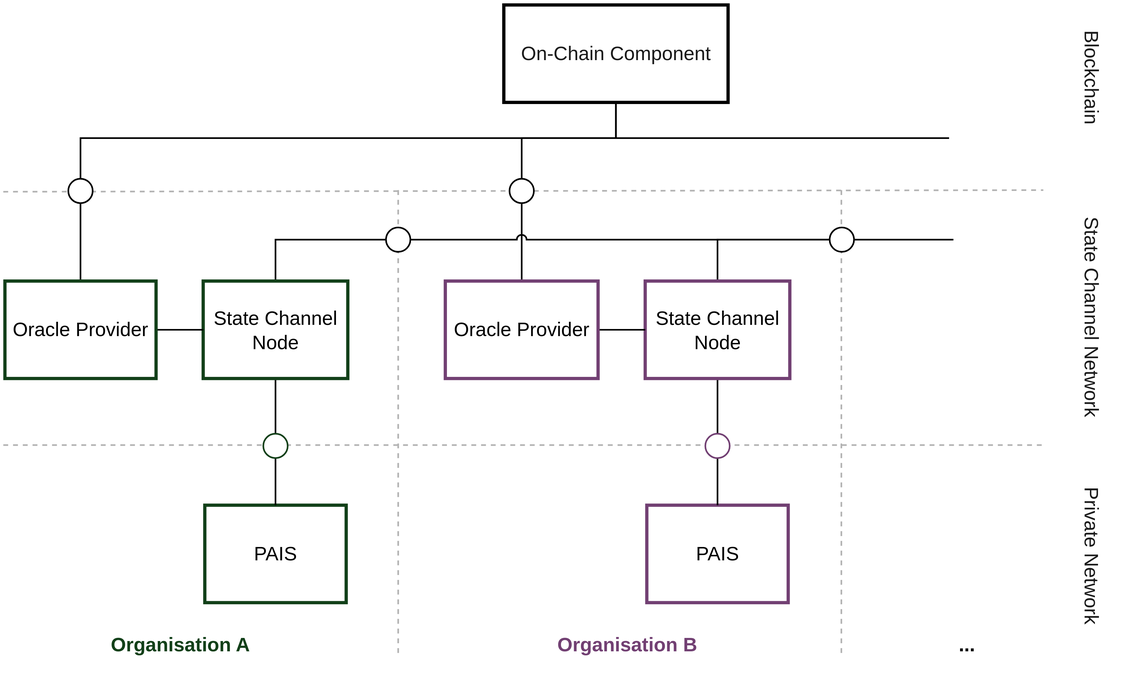
Above: figures/architecture.svg in fstiehle/leafhopper-prototype (draw.io), before the change. Source tidied: cells renumbered, new cells last; positions are measured from the earlier drawing's top-left corner, leaving out a move shared by most shapes.
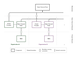
The same diagram one commit later.

Diff of the diagram source:
```diff
@@ -23,12 +23,12 @@
     <mxCell id="5" value="PAIS" style="rounded=0;whiteSpace=wrap;html=1;strokeColor=#124019;strokeWidth=2;" parent="1" vertex="1">
       <mxGeometry x="124" y="308" width="87" height="60" as="geometry" />
     </mxCell>
-    <mxCell id="6" style="edgeStyle=orthogonalEdgeStyle;rounded=0;jettySize=auto;html=1;exitX=0.5;exitY=1;exitDx=0;exitDy=0;entryX=0.5;entryY=0;entryDx=0;entryDy=0;endArrow=none;endFill=0;" parent="1" edge="1" target="8">
+    <mxCell id="6" style="edgeStyle=orthogonalEdgeStyle;rounded=1;jettySize=auto;html=1;exitX=0.5;exitY=1;exitDx=0;exitDy=0;entryX=0.5;entryY=0;entryDx=0;entryDy=0;endArrow=none;endFill=0;strokeWidth=2;strokeColor=#1A1A1A;" parent="1" edge="1" target="8">
       <mxGeometry relative="1" as="geometry">
         <mxPoint x="167.5" y="230" as="sourcePoint" />
       </mxGeometry>
     </mxCell>
-    <mxCell id="7" style="edgeStyle=orthogonalEdgeStyle;rounded=0;jettySize=auto;html=1;exitX=0.5;exitY=1;exitDx=0;exitDy=0;entryX=0.5;entryY=0;entryDx=0;entryDy=0;endArrow=none;endFill=0;" parent="1" edge="1" source="8" target="5">
+    <mxCell id="7" style="edgeStyle=orthogonalEdgeStyle;rounded=1;jettySize=auto;html=1;exitX=0.5;exitY=1;exitDx=0;exitDy=0;entryX=0.5;entryY=0;entryDx=0;entryDy=0;endArrow=none;endFill=0;strokeWidth=2;strokeColor=#1A1A1A;" parent="1" edge="1" source="8" target="5">
       <mxGeometry relative="1" as="geometry" />
     </mxCell>
     <mxCell id="8" style="ellipse;whiteSpace=wrap;html=1;strokeColor=#124019;" parent="1" vertex="1">
@@ -37,36 +37,36 @@
     <mxCell id="9" style="ellipse;whiteSpace=wrap;html=1;strokeColor=#000000;" parent="1" vertex="1">
       <mxGeometry x="235.5" y="137" width="15" height="15" as="geometry" />
     </mxCell>
-    <mxCell id="10" style="edgeStyle=orthogonalEdgeStyle;rounded=0;jettySize=auto;html=1;exitX=0.5;exitY=0;exitDx=0;exitDy=0;entryX=0;entryY=0.5;entryDx=0;entryDy=0;endArrow=none;endFill=0;strokeWidth=1;" parent="1" edge="1" source="11" target="9">
+    <mxCell id="10" style="edgeStyle=orthogonalEdgeStyle;rounded=1;jettySize=auto;html=1;exitX=0.5;exitY=0;exitDx=0;exitDy=0;entryX=0;entryY=0.5;entryDx=0;entryDy=0;endArrow=none;endFill=0;strokeWidth=2;strokeColor=#1A1A1A;" parent="1" edge="1" source="11" target="9">
       <mxGeometry relative="1" as="geometry" />
     </mxCell>
     <mxCell id="11" value="State Channel Node" style="rounded=0;whiteSpace=wrap;html=1;strokeColor=#124019;spacing=2;strokeWidth=2;" parent="1" vertex="1">
       <mxGeometry x="123" y="170" width="89" height="60" as="geometry" />
     </mxCell>
-    <mxCell id="12" style="edgeStyle=orthogonalEdgeStyle;rounded=0;jettySize=auto;html=1;exitX=0.5;exitY=0;exitDx=0;exitDy=0;entryX=0.5;entryY=1;entryDx=0;entryDy=0;endArrow=none;endFill=0;strokeWidth=1;" parent="1" edge="1" source="14" target="33">
+    <mxCell id="12" style="edgeStyle=orthogonalEdgeStyle;rounded=0;jettySize=auto;html=1;exitX=0.5;exitY=0;exitDx=0;exitDy=0;entryX=0.5;entryY=1;entryDx=0;entryDy=0;endArrow=none;endFill=0;strokeWidth=2;" parent="1" edge="1" source="14" target="33">
       <mxGeometry relative="1" as="geometry" />
     </mxCell>
     <mxCell id="13" style="edgeStyle=orthogonalEdgeStyle;rounded=0;jettySize=auto;html=1;exitX=1;exitY=0.5;exitDx=0;exitDy=0;entryX=0;entryY=0.5;entryDx=0;entryDy=0;endArrow=none;endFill=0;strokeWidth=1;" parent="1" edge="1" source="14" target="11">
       <mxGeometry relative="1" as="geometry" />
     </mxCell>
-    <mxCell id="14" value="Oracle Provider" style="rounded=0;whiteSpace=wrap;html=1;strokeColor=#124019;spacing=2;strokeWidth=2;" parent="1" vertex="1">
-      <mxGeometry x="1" y="170" width="93" height="60" as="geometry" />
+    <mxCell id="14" value="Oracle &lt;br&gt;Provider" style="rounded=0;whiteSpace=wrap;html=1;strokeColor=#124019;spacing=2;strokeWidth=2;" parent="1" vertex="1">
+      <mxGeometry x="3" y="168" width="89" height="60" as="geometry" />
     </mxCell>
     <mxCell id="15" value="PAIS" style="rounded=0;whiteSpace=wrap;html=1;strokeColor=#724073;strokeWidth=2;" parent="1" vertex="1">
       <mxGeometry x="396" y="308" width="87" height="60" as="geometry" />
     </mxCell>
-    <mxCell id="16" style="edgeStyle=orthogonalEdgeStyle;rounded=0;jettySize=auto;html=1;exitX=0.5;exitY=1;exitDx=0;exitDy=0;entryX=0.5;entryY=0;entryDx=0;entryDy=0;endArrow=none;endFill=0;" parent="1" edge="1" target="18">
+    <mxCell id="16" style="edgeStyle=orthogonalEdgeStyle;rounded=1;jettySize=auto;html=1;exitX=0.5;exitY=1;exitDx=0;exitDy=0;entryX=0.5;entryY=0;entryDx=0;entryDy=0;endArrow=none;endFill=0;strokeWidth=2;strokeColor=#1A1A1A;" parent="1" edge="1" target="18">
       <mxGeometry relative="1" as="geometry">
         <mxPoint x="439.5" y="230" as="sourcePoint" />
       </mxGeometry>
     </mxCell>
-    <mxCell id="17" style="edgeStyle=orthogonalEdgeStyle;rounded=0;jettySize=auto;html=1;exitX=0.5;exitY=1;exitDx=0;exitDy=0;entryX=0.5;entryY=0;entryDx=0;entryDy=0;endArrow=none;endFill=0;" parent="1" edge="1" source="18" target="15">
+    <mxCell id="17" style="edgeStyle=orthogonalEdgeStyle;rounded=1;jettySize=auto;html=1;exitX=0.5;exitY=1;exitDx=0;exitDy=0;entryX=0.5;entryY=0;entryDx=0;entryDy=0;endArrow=none;endFill=0;strokeWidth=2;strokeColor=#1A1A1A;" parent="1" edge="1" source="18" target="15">
       <mxGeometry relative="1" as="geometry" />
     </mxCell>
     <mxCell id="18" style="ellipse;whiteSpace=wrap;html=1;strokeColor=#724073;" parent="1" vertex="1">
       <mxGeometry x="432" y="264" width="15" height="15" as="geometry" />
     </mxCell>
-    <mxCell id="19" style="edgeStyle=orthogonalEdgeStyle;rounded=0;jettySize=auto;html=1;exitX=1;exitY=0.5;exitDx=0;exitDy=0;endArrow=none;endFill=0;strokeColor=#000000;strokeWidth=1;" parent="1" edge="1" source="20">
+    <mxCell id="19" style="edgeStyle=orthogonalEdgeStyle;rounded=1;jettySize=auto;html=1;exitX=1;exitY=0.5;exitDx=0;exitDy=0;endArrow=none;endFill=0;strokeColor=#1A1A1A;strokeWidth=2;" parent="1" edge="1" source="20">
       <mxGeometry relative="1" as="geometry">
         <mxPoint x="584.7" y="144.5" as="targetPoint" />
       </mxGeometry>
@@ -74,27 +74,27 @@
     <mxCell id="20" style="ellipse;whiteSpace=wrap;html=1;strokeColor=#000000;" parent="1" vertex="1">
       <mxGeometry x="508.5" y="137" width="15" height="15" as="geometry" />
     </mxCell>
-    <mxCell id="21" style="edgeStyle=orthogonalEdgeStyle;rounded=0;jettySize=auto;html=1;exitX=0.5;exitY=0;exitDx=0;exitDy=0;entryX=0;entryY=0.5;entryDx=0;entryDy=0;endArrow=none;endFill=0;strokeWidth=1;" parent="1" edge="1" source="22" target="20">
+    <mxCell id="21" style="edgeStyle=orthogonalEdgeStyle;rounded=1;jettySize=auto;html=1;exitX=0.5;exitY=0;exitDx=0;exitDy=0;entryX=0;entryY=0.5;entryDx=0;entryDy=0;endArrow=none;endFill=0;strokeWidth=2;strokeColor=#1A1A1A;" parent="1" edge="1" source="22" target="20">
       <mxGeometry relative="1" as="geometry" />
     </mxCell>
     <mxCell id="22" value="State Channel Node" style="rounded=0;whiteSpace=wrap;html=1;strokeColor=#724073;spacing=2;strokeWidth=2;" parent="1" vertex="1">
       <mxGeometry x="395" y="170" width="89" height="60" as="geometry" />
     </mxCell>
-    <mxCell id="23" style="edgeStyle=orthogonalEdgeStyle;rounded=0;jettySize=auto;html=1;exitX=0.5;exitY=0;exitDx=0;exitDy=0;entryX=0.5;entryY=1;entryDx=0;entryDy=0;endArrow=none;endFill=0;strokeWidth=1;jumpStyle=none;" parent="1" edge="1" source="25" target="30">
+    <mxCell id="23" style="edgeStyle=orthogonalEdgeStyle;rounded=1;jettySize=auto;html=1;exitX=0.5;exitY=0;exitDx=0;exitDy=0;entryX=0.5;entryY=1;entryDx=0;entryDy=0;endArrow=none;endFill=0;strokeWidth=2;jumpStyle=none;strokeColor=#1A1A1A;" parent="1" edge="1" source="25" target="30">
       <mxGeometry relative="1" as="geometry" />
     </mxCell>
     <mxCell id="24" style="edgeStyle=orthogonalEdgeStyle;rounded=0;jettySize=auto;html=1;exitX=1;exitY=0.5;exitDx=0;exitDy=0;entryX=0;entryY=0.5;entryDx=0;entryDy=0;endArrow=none;endFill=0;strokeWidth=1;" parent="1" edge="1" source="25" target="22">
       <mxGeometry relative="1" as="geometry" />
     </mxCell>
-    <mxCell id="25" value="Oracle Provider" style="rounded=0;whiteSpace=wrap;html=1;strokeColor=#724073;spacing=2;strokeWidth=2;" parent="1" vertex="1">
-      <mxGeometry x="272" y="170" width="94" height="60" as="geometry" />
+    <mxCell id="25" value="Oracle &lt;br&gt;Provider" style="rounded=0;whiteSpace=wrap;html=1;strokeColor=#724073;spacing=2;strokeWidth=2;" parent="1" vertex="1">
+      <mxGeometry x="274.5" y="170" width="89" height="60" as="geometry" />
     </mxCell>
     <mxCell id="26" style="endArrow=none;dashed=1;html=1;strokeWidth=1;rounded=0;startArrow=none;strokeColor=#B3B3B3;" parent="1" edge="1" source="30">
       <mxGeometry relative="1" as="geometry">
         <mxPoint x="640" y="114" as="targetPoint" />
       </mxGeometry>
     </mxCell>
-    <mxCell id="27" style="edgeStyle=orthogonalEdgeStyle;rounded=0;jettySize=auto;html=1;exitX=0.5;exitY=1;exitDx=0;exitDy=0;endArrow=none;endFill=0;strokeWidth=1;" parent="1" edge="1" source="28">
+    <mxCell id="27" style="edgeStyle=orthogonalEdgeStyle;rounded=1;jettySize=auto;html=1;exitX=0.5;exitY=1;exitDx=0;exitDy=0;endArrow=none;endFill=0;strokeWidth=2;strokeColor=#1A1A1A;" parent="1" edge="1" source="28">
       <mxGeometry relative="1" as="geometry">
         <mxPoint x="582" y="82" as="targetPoint" />
         <Array as="points">
@@ -103,15 +103,12 @@
         </Array>
       </mxGeometry>
     </mxCell>
-    <mxCell id="28" value="On-Chain&amp;nbsp;Component" style="rounded=0;whiteSpace=wrap;html=1;strokeColor=#000000;spacing=2;strokeWidth=2;fontColor=#1A1A1A;" parent="1" vertex="1">
+    <mxCell id="28" value="State Channel Root" style="rounded=0;whiteSpace=wrap;html=1;strokeColor=#000000;spacing=2;strokeWidth=2;fontColor=#1A1A1A;" parent="1" vertex="1">
       <mxGeometry x="308" width="138" height="60" as="geometry" />
     </mxCell>
-    <mxCell id="29" style="edgeStyle=orthogonalEdgeStyle;rounded=0;jettySize=auto;html=1;exitX=0.5;exitY=0;exitDx=0;exitDy=0;entryX=0.5;entryY=1;entryDx=0;entryDy=0;endArrow=none;endFill=0;strokeWidth=1;" parent="1" edge="1" source="30" target="28">
+    <mxCell id="29" style="edgeStyle=orthogonalEdgeStyle;rounded=0;jumpStyle=arc;jettySize=auto;html=1;exitX=0.5;exitY=0;exitDx=0;exitDy=0;fontColor=#1A1A1A;endArrow=none;endFill=0;strokeColor=#1A1A1A;strokeWidth=2;" parent="1" edge="1" source="30">
       <mxGeometry relative="1" as="geometry">
-        <Array as="points">
-          <mxPoint x="319" y="82" />
-          <mxPoint x="377" y="82" />
-        </Array>
+        <mxPoint x="319" y="82" as="targetPoint" />
       </mxGeometry>
     </mxCell>
     <mxCell id="30" style="ellipse;whiteSpace=wrap;html=1;strokeColor=#000000;" parent="1" vertex="1">
@@ -122,7 +119,7 @@
         <mxPoint y="115" as="sourcePoint" />
       </mxGeometry>
     </mxCell>
-    <mxCell id="32" style="edgeStyle=orthogonalEdgeStyle;rounded=0;jettySize=auto;html=1;exitX=0.5;exitY=0;exitDx=0;exitDy=0;entryX=0.5;entryY=1;entryDx=0;entryDy=0;endArrow=none;endFill=0;strokeWidth=1;" parent="1" edge="1" source="33" target="28">
+    <mxCell id="32" style="edgeStyle=orthogonalEdgeStyle;rounded=1;jettySize=auto;html=1;exitX=0.5;exitY=0;exitDx=0;exitDy=0;entryX=0.5;entryY=1;entryDx=0;entryDy=0;endArrow=none;endFill=0;strokeWidth=2;strokeColor=#1A1A1A;" parent="1" edge="1" source="33" target="28">
       <mxGeometry relative="1" as="geometry">
         <Array as="points">
           <mxPoint x="48" y="82" />
@@ -142,7 +139,7 @@
     <mxCell id="36" value="Organisation B" style="text;html=1;strokeColor=none;fillColor=none;align=center;verticalAlign=middle;whiteSpace=wrap;rounded=0;fontColor=#724073;fontStyle=1;" parent="1" vertex="1">
       <mxGeometry x="338.5" y="379" width="89.5" height="30" as="geometry" />
     </mxCell>
-    <mxCell id="37" style="edgeStyle=orthogonalEdgeStyle;rounded=0;jettySize=auto;html=1;exitX=1;exitY=0.5;exitDx=0;exitDy=0;entryX=0;entryY=0.5;entryDx=0;entryDy=0;endArrow=none;endFill=0;strokeWidth=1;labelPosition=center;verticalLabelPosition=top;align=center;verticalAlign=bottom;jumpStyle=arc;" parent="1" edge="1" source="9" target="20">
+    <mxCell id="37" style="edgeStyle=orthogonalEdgeStyle;rounded=1;jettySize=auto;html=1;exitX=1;exitY=0.5;exitDx=0;exitDy=0;entryX=0;entryY=0.5;entryDx=0;entryDy=0;endArrow=none;endFill=0;strokeWidth=2;labelPosition=center;verticalLabelPosition=top;align=center;verticalAlign=bottom;jumpStyle=arc;strokeColor=#1A1A1A;" parent="1" edge="1" source="9" target="20">
       <mxGeometry relative="1" as="geometry">
         <Array as="points">
           <mxPoint x="445" y="145" />
@@ -159,5 +156,50 @@
     <mxCell id="40" value="Private Network" style="text;html=1;strokeColor=none;fillColor=none;align=center;verticalAlign=middle;whiteSpace=wrap;rounded=0;fontColor=#1A1A1A;rotation=90;" parent="1" vertex="1">
       <mxGeometry x="620.7" y="324" width="97.4" height="30" as="geometry" />
     </mxCell>
+    <mxCell id="41" style="group;" parent="1" vertex="1">
+      <mxGeometry x="58" y="426" width="557" height="50" as="geometry" />
+    </mxCell>
+    <mxCell id="42" style="rounded=0;whiteSpace=wrap;html=1;fontColor=#1A1A1A;strokeColor=#B3B3B3;strokeWidth=1;" parent="41" vertex="1">
+      <mxGeometry width="557" height="50" as="geometry" />
+    </mxCell>
+    <mxCell id="43" style="rounded=0;whiteSpace=wrap;html=1;strokeColor=#1A1A1A;spacing=2;strokeWidth=2;" parent="41" vertex="1">
+      <mxGeometry x="12" y="12" width="33" height="26" as="geometry" />
+    </mxCell>
+    <mxCell id="44" value="Component" style="text;html=1;strokeColor=none;fillColor=none;align=left;verticalAlign=middle;whiteSpace=wrap;rounded=0;fontColor=#1A1A1A;fontSize=11;" parent="41" vertex="1">
+      <mxGeometry x="57" y="11" width="98" height="30" as="geometry" />
+    </mxCell>
+    <mxCell id="45" style="endArrow=none;dashed=1;html=1;rounded=0;strokeWidth=2;strokeColor=#B3B3B3;" parent="41" edge="1">
+      <mxGeometry relative="1" as="geometry">
+        <mxPoint x="151" y="41" as="sourcePoint" />
+        <mxPoint x="151" y="12" as="targetPoint" />
+      </mxGeometry>
+    </mxCell>
+    <mxCell id="46" value="Network boundary" style="text;html=1;strokeColor=none;fillColor=none;align=left;verticalAlign=middle;whiteSpace=wrap;rounded=0;fontColor=#1A1A1A;fontSize=11;" parent="41" vertex="1">
+      <mxGeometry x="164" y="11" width="99" height="30" as="geometry" />
+    </mxCell>
+    <mxCell id="47" style="endArrow=none;html=1;rounded=0;fontSize=11;fontColor=#1A1A1A;strokeColor=#1A1A1A;strokeWidth=2;jumpStyle=arc;" parent="41" edge="1">
+      <mxGeometry relative="1" as="geometry">
+        <mxPoint x="294.4" y="40" as="sourcePoint" />
+        <mxPoint x="294.4" y="11" as="targetPoint" />
+      </mxGeometry>
+    </mxCell>
+    <mxCell id="48" style="ellipse;whiteSpace=wrap;html=1;strokeColor=#000000;" parent="41" vertex="1">
+      <mxGeometry x="287" y="17.5" width="15" height="15" as="geometry" />
+    </mxCell>
+    <mxCell id="49" value="Boundary crossing connection" style="text;html=1;strokeColor=none;fillColor=none;align=left;verticalAlign=middle;whiteSpace=wrap;rounded=0;fontColor=#1A1A1A;fontSize=11;" parent="41" vertex="1">
+      <mxGeometry x="312.5" y="10" width="99" height="30" as="geometry" />
+    </mxCell>
+    <mxCell id="50" style="endArrow=none;html=1;rounded=0;strokeWidth=2;strokeColor=#1A1A1A;" parent="41" edge="1">
+      <mxGeometry relative="1" as="geometry">
+        <mxPoint x="439.2" y="39" as="sourcePoint" />
+        <mxPoint x="439.4" y="13" as="targetPoint" />
+      </mxGeometry>
+    </mxCell>
+    <mxCell id="51" value="Internal connection&amp;nbsp;" style="text;html=1;strokeColor=none;fillColor=none;align=left;verticalAlign=middle;whiteSpace=wrap;rounded=0;fontColor=#1A1A1A;fontSize=11;" parent="41" vertex="1">
+      <mxGeometry x="449" y="11" width="99" height="30" as="geometry" />
+    </mxCell>
+    <mxCell id="52" value="&lt;b&gt;...&lt;/b&gt;" style="text;html=1;strokeColor=none;fillColor=none;align=center;verticalAlign=middle;whiteSpace=wrap;rounded=0;" parent="1" vertex="1">
+      <mxGeometry x="563" y="185" width="60" height="30" as="geometry" />
+    </mxCell>
   </root>
 </mxGraphModel>
```
